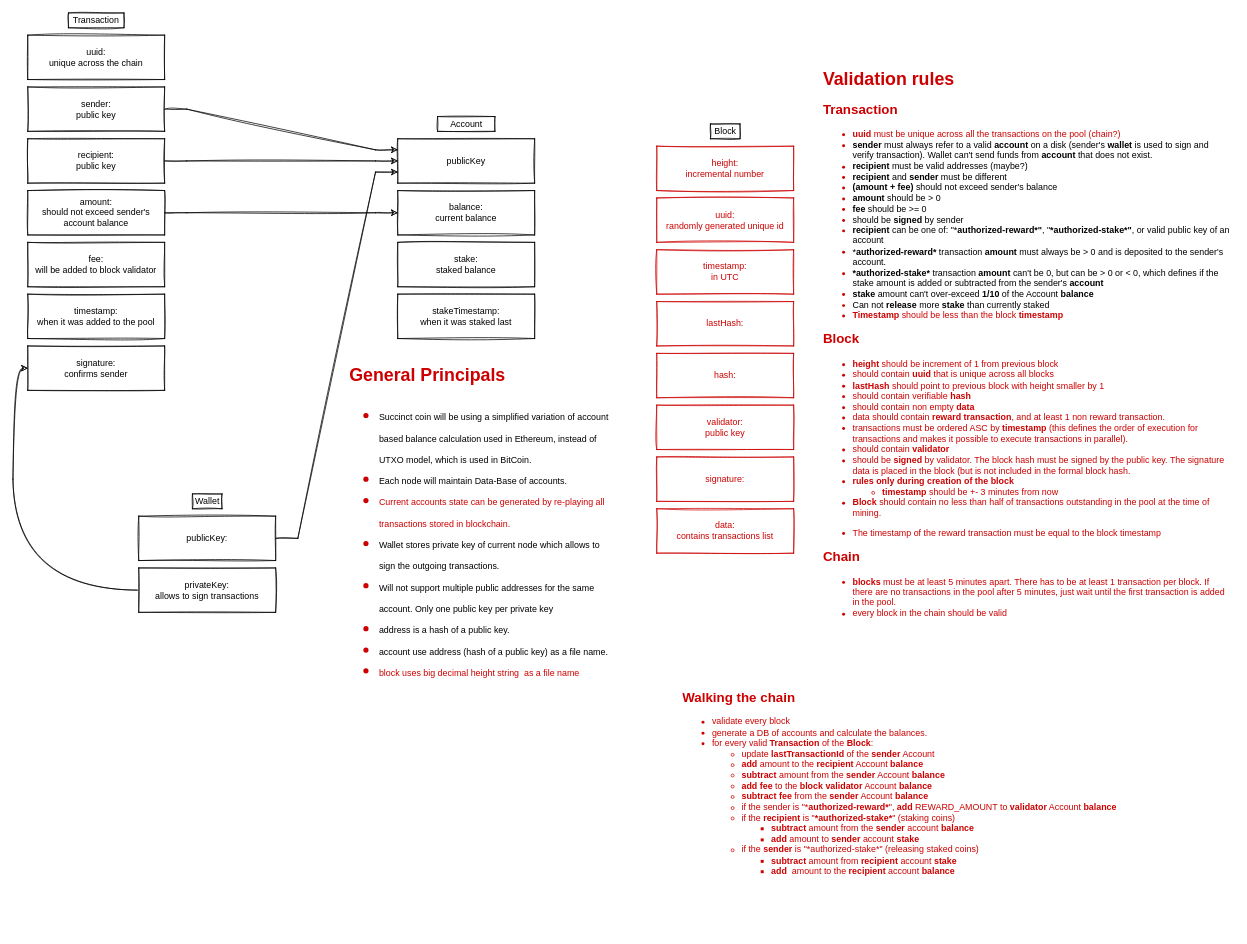
echowaves/succinctcoin keeps this draw.io diagram as docs/Transaction Structure Diagram.drawio. Above is the earlier version. Source tidied: cells renumbered, new cells numbered last; positions are measured from the earlier drawing's top-left corner, leaving out a move shared by most shapes. Both pictures are drawn from the tidied source at 74%, with x=0, y=0 at pixel (27, 13).
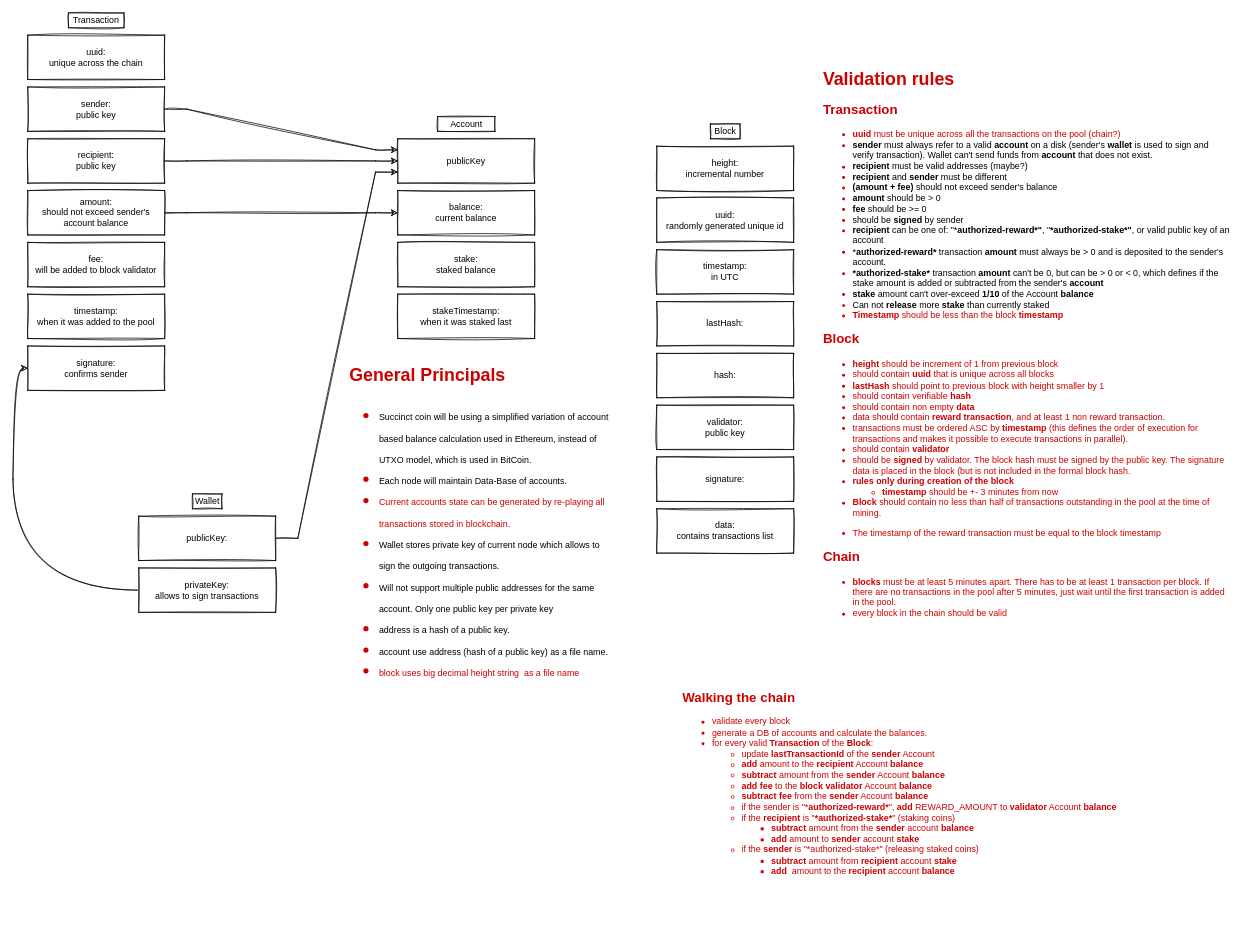
The same diagram, later.

Commit message (it also covers changes not shown here):
verify hash

The edit, as a diff of the source:
```diff
@@
-    <mxCell id="21" value="height:&lt;br&gt;incremental number" style="rounded=0;whiteSpace=wrap;html=1;sketch=1;strokeColor=#CC0000;fontColor=#CC0000;" parent="1" vertex="1">
+    <mxCell id="21" value="height:&lt;br&gt;incremental number" style="rounded=0;whiteSpace=wrap;html=1;sketch=1;" parent="1" vertex="1">
       <mxGeometry x="850" y="180" width="185" height="60" as="geometry" />
     </mxCell>
@@
-    <mxCell id="23" value="uuid:&lt;br&gt;randomly generated unique id" style="rounded=0;whiteSpace=wrap;html=1;sketch=1;strokeColor=#CC0000;fontColor=#CC0000;" parent="1" vertex="1">
+    <mxCell id="23" value="uuid:&lt;br&gt;randomly generated unique id" style="rounded=0;whiteSpace=wrap;html=1;sketch=1;" parent="1" vertex="1">
       <mxGeometry x="850" y="250" width="185" height="60" as="geometry" />
     </mxCell>
-    <mxCell id="24" value="timestamp:&lt;br&gt;in UTC" style="rounded=0;whiteSpace=wrap;html=1;sketch=1;strokeColor=#CC0000;fontColor=#CC0000;" parent="1" vertex="1">
+    <mxCell id="24" value="timestamp:&lt;br&gt;in UTC" style="rounded=0;whiteSpace=wrap;html=1;sketch=1;" parent="1" vertex="1">
       <mxGeometry x="850" y="320" width="185" height="60" as="geometry" />
     </mxCell>
-    <mxCell id="25" value="lastHash:" style="rounded=0;whiteSpace=wrap;html=1;sketch=1;strokeColor=#CC0000;fontColor=#CC0000;" parent="1" vertex="1">
+    <mxCell id="25" value="lastHash:" style="rounded=0;whiteSpace=wrap;html=1;sketch=1;" parent="1" vertex="1">
       <mxGeometry x="850" y="390" width="185" height="60" as="geometry" />
     </mxCell>
-    <mxCell id="26" value="hash:" style="rounded=0;whiteSpace=wrap;html=1;sketch=1;strokeColor=#CC0000;fontColor=#CC0000;" parent="1" vertex="1">
+    <mxCell id="26" value="hash:" style="rounded=0;whiteSpace=wrap;html=1;sketch=1;" parent="1" vertex="1">
       <mxGeometry x="850" y="460" width="185" height="60" as="geometry" />
     </mxCell>
-    <mxCell id="27" value="validator:&lt;br&gt;public key" style="rounded=0;whiteSpace=wrap;html=1;sketch=1;strokeColor=#CC0000;fontColor=#CC0000;" parent="1" vertex="1">
+    <mxCell id="27" value="validator:&lt;br&gt;public key" style="rounded=0;whiteSpace=wrap;html=1;sketch=1;" parent="1" vertex="1">
       <mxGeometry x="850" y="530" width="185" height="60" as="geometry" />
     </mxCell>
-    <mxCell id="28" value="signature:" style="rounded=0;whiteSpace=wrap;html=1;sketch=1;strokeColor=#CC0000;fontColor=#CC0000;" parent="1" vertex="1">
+    <mxCell id="28" value="signature:" style="rounded=0;whiteSpace=wrap;html=1;sketch=1;" parent="1" vertex="1">
       <mxGeometry x="850" y="600" width="185" height="60" as="geometry" />
     </mxCell>
-    <mxCell id="29" value="data:&lt;br&gt;contains transactions list" style="rounded=0;whiteSpace=wrap;html=1;sketch=1;strokeColor=#CC0000;fontColor=#CC0000;" parent="1" vertex="1">
+    <mxCell id="29" value="data:&lt;br&gt;contains transactions list" style="rounded=0;whiteSpace=wrap;html=1;sketch=1;" parent="1" vertex="1">
       <mxGeometry x="850" y="670" width="185" height="60" as="geometry" />
     </mxCell>
```
